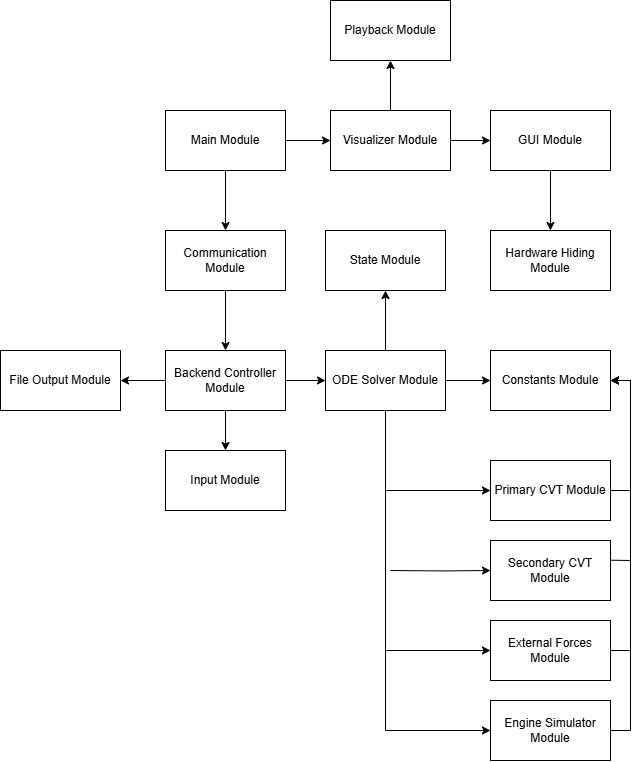
This is docs/Design/SoftArchitecture/moduleDrawing.drawio.png from gr812b/CVT-Simulator, a draw.io export, as it was before one commit. Source tidied: cells renumbered, new cells last; positions are measured from the earlier drawing's top-left corner, leaving out a move shared by most shapes.
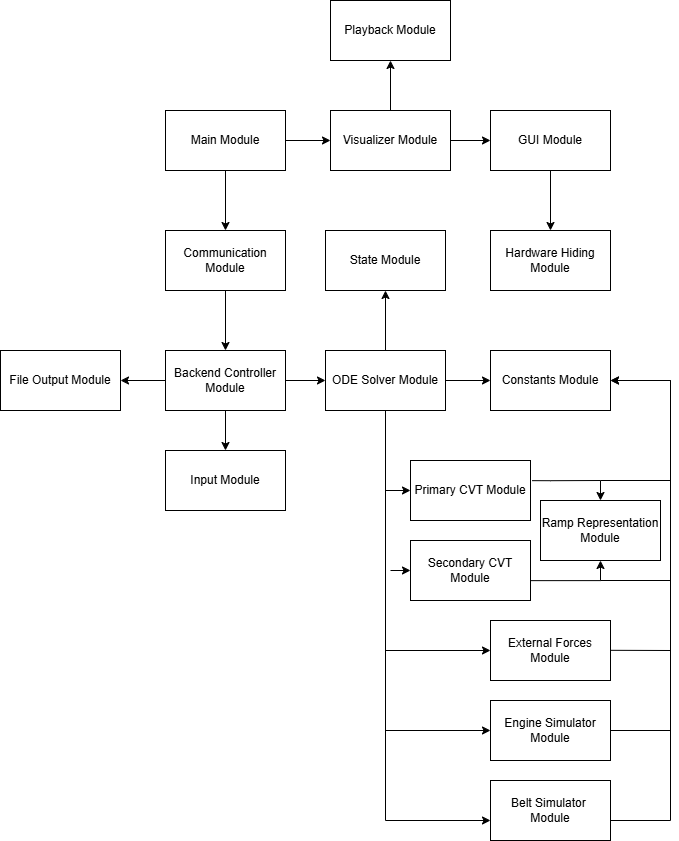
Later version of the same file.

Change to the diagram source:
```diff
@@ -84,21 +84,24 @@
     <mxCell id="27" value="Playback Module" style="rounded=0;whiteSpace=wrap;html=1;" parent="1" vertex="1">
       <mxGeometry x="330" width="120" height="60" as="geometry" />
     </mxCell>
-    <mxCell id="28" style="edgeStyle=orthogonalEdgeStyle;rounded=0;jettySize=auto;html=1;exitX=1;exitY=0.5;exitDx=0;exitDy=0;entryX=1;entryY=0.5;entryDx=0;entryDy=0;" parent="1" edge="1" source="29" target="22">
-      <mxGeometry relative="1" as="geometry" />
-    </mxCell>
+    <mxCell id="37" style="edgeStyle=orthogonalEdgeStyle;rounded=0;jettySize=auto;html=1;exitX=1.014;exitY=0.336;exitDx=0;exitDy=0;entryX=0.5;entryY=0;entryDx=0;entryDy=0;exitPerimeter=0;" parent="1" edge="1" source="29" target="40">
+      <mxGeometry relative="1" as="geometry" />
+    </mxCell>
     <mxCell id="29" value="Primary CVT Module" style="rounded=0;whiteSpace=wrap;html=1;" parent="1" vertex="1">
-      <mxGeometry x="490" y="460" width="120" height="60" as="geometry" />
+      <mxGeometry x="410" y="460" width="120" height="60" as="geometry" />
     </mxCell>
-    <mxCell id="30" style="edgeStyle=orthogonalEdgeStyle;rounded=0;jettySize=auto;html=1;exitX=1;exitY=0.5;exitDx=0;exitDy=0;entryX=1;entryY=0.5;entryDx=0;entryDy=0;" parent="1" edge="1" source="31" target="22">
-      <mxGeometry relative="1" as="geometry" />
+    <mxCell id="30" style="edgeStyle=orthogonalEdgeStyle;rounded=0;jettySize=auto;html=1;exitX=1;exitY=0.5;exitDx=0;exitDy=0;" parent="1" edge="1" source="31">
+      <mxGeometry relative="1" as="geometry">
+        <mxPoint x="610" y="380" as="targetPoint" />
+        <Array as="points">
+          <mxPoint x="670" y="730" />
+          <mxPoint x="670" y="380" />
+        </Array>
+      </mxGeometry>
     </mxCell>
     <mxCell id="31" value="Engine Simulator Module" style="rounded=0;whiteSpace=wrap;html=1;" parent="1" vertex="1">
       <mxGeometry x="490" y="700" width="120" height="60" as="geometry" />
     </mxCell>
-    <mxCell id="32" style="edgeStyle=orthogonalEdgeStyle;rounded=0;jettySize=auto;html=1;exitX=1;exitY=0.5;exitDx=0;exitDy=0;entryX=1;entryY=0.5;entryDx=0;entryDy=0;" parent="1" edge="1" source="33" target="22">
-      <mxGeometry relative="1" as="geometry" />
-    </mxCell>
     <mxCell id="33" value="External Forces Module" style="rounded=0;whiteSpace=wrap;html=1;" parent="1" vertex="1">
       <mxGeometry x="490" y="620" width="120" height="60" as="geometry" />
     </mxCell>
@@ -107,14 +110,54 @@
         <mxPoint x="390" y="570" as="sourcePoint" />
       </mxGeometry>
     </mxCell>
+    <mxCell id="38" style="edgeStyle=orthogonalEdgeStyle;rounded=0;jettySize=auto;html=1;entryX=0.5;entryY=1;entryDx=0;entryDy=0;exitX=0.988;exitY=0.669;exitDx=0;exitDy=0;exitPerimeter=0;" parent="1" edge="1" source="35" target="40">
+      <mxGeometry relative="1" as="geometry" />
+    </mxCell>
     <mxCell id="35" value="Secondary CVT Module" style="rounded=0;whiteSpace=wrap;html=1;" parent="1" vertex="1">
-      <mxGeometry x="490" y="540" width="120" height="60" as="geometry" />
+      <mxGeometry x="410" y="540" width="120" height="60" as="geometry" />
     </mxCell>
-    <mxCell id="36" style="endArrow=none;html=1;rounded=0;" parent="1" edge="1">
-      <mxGeometry relative="1" as="geometry">
-        <mxPoint x="610" y="559.7" as="sourcePoint" />
-        <mxPoint x="630" y="560" as="targetPoint" />
-      </mxGeometry>
-    </mxCell>
+    <mxCell id="39" value="Belt Simulator&amp;nbsp; Module" style="rounded=0;whiteSpace=wrap;html=1;" parent="1" vertex="1">
+      <mxGeometry x="490" y="780" width="120" height="60" as="geometry" />
+    </mxCell>
+    <mxCell id="40" value="Ramp Representation Module" style="rounded=0;whiteSpace=wrap;html=1;" parent="1" vertex="1">
+      <mxGeometry x="540" y="500" width="120" height="60" as="geometry" />
+    </mxCell>
+    <mxCell id="41" style="edgeStyle=orthogonalEdgeStyle;rounded=0;orthogonalLoop=1;jettySize=auto;html=1;" parent="1" edge="1">
+      <mxGeometry relative="1" as="geometry">
+        <mxPoint x="385" y="420" as="sourcePoint" />
+        <mxPoint x="490" y="820" as="targetPoint" />
+        <Array as="points">
+          <mxPoint x="385" y="820" />
+          <mxPoint x="490" y="820" />
+        </Array>
+      </mxGeometry>
+    </mxCell>
+    <mxCell id="42" style="edgeStyle=orthogonalEdgeStyle;rounded=0;jettySize=auto;html=1;exitX=1;exitY=0.75;exitDx=0;exitDy=0;entryX=1;entryY=0.5;entryDx=0;entryDy=0;" parent="1" edge="1" source="39" target="22">
+      <mxGeometry relative="1" as="geometry">
+        <Array as="points">
+          <mxPoint x="610" y="820" />
+          <mxPoint x="670" y="820" />
+          <mxPoint x="670" y="380" />
+        </Array>
+      </mxGeometry>
+    </mxCell>
+    <mxCell id="43" style="endArrow=none;html=1;rounded=0;" parent="1" edge="1">
+      <mxGeometry relative="1" as="geometry">
+        <mxPoint x="610" y="649.8" as="sourcePoint" />
+        <mxPoint x="670" y="650" as="targetPoint" />
+      </mxGeometry>
+    </mxCell>
+    <mxCell id="44" style="endArrow=none;html=1;rounded=0;" parent="1" edge="1">
+      <mxGeometry relative="1" as="geometry">
+        <mxPoint x="600" y="480" as="sourcePoint" />
+        <mxPoint x="670" y="480" as="targetPoint" />
+      </mxGeometry>
+    </mxCell>
+    <mxCell id="45" style="endArrow=none;html=1;rounded=0;" parent="1" edge="1">
+      <mxGeometry relative="1" as="geometry">
+        <mxPoint x="600" y="580" as="sourcePoint" />
+        <mxPoint x="670" y="580" as="targetPoint" />
+      </mxGeometry>
+    </mxCell>
   </root>
 </mxGraphModel>
```
